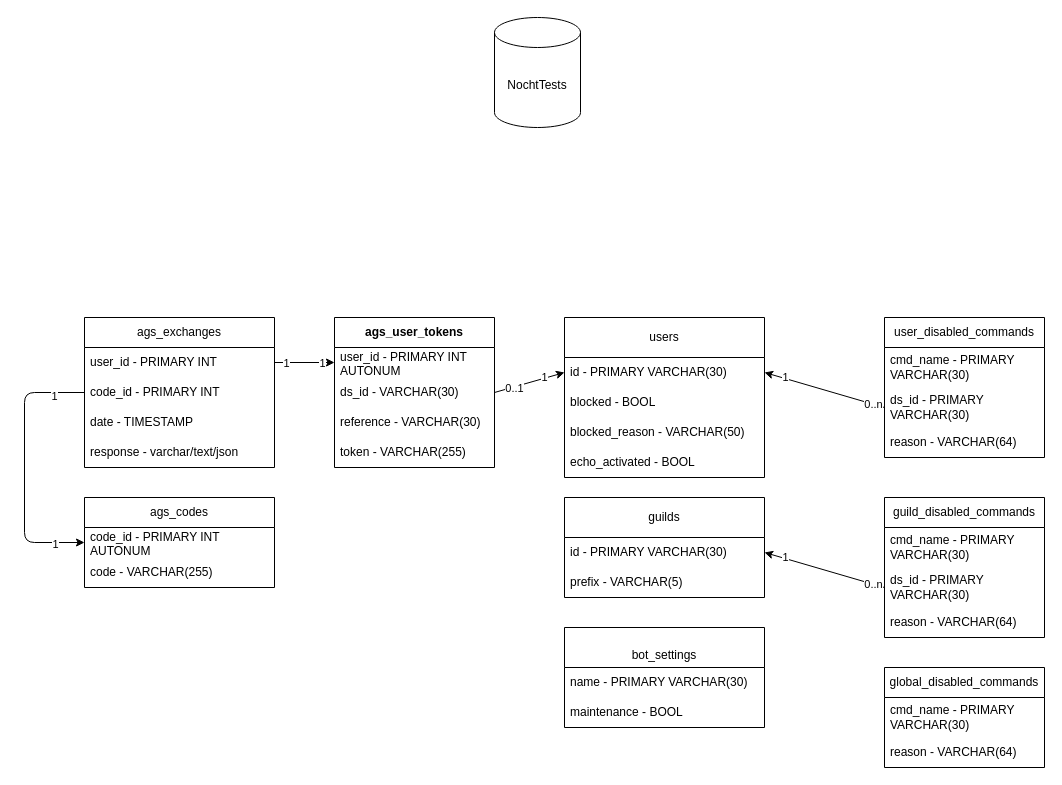
The draw.io diagram schemes/DB.drawio in TheNochtgamer/NochtTests, before the edit. Source tidied: cells renumbered, new cells numbered last; positions are measured from the earlier drawing's top-left corner, leaving out a move shared by most shapes. Both pictures are drawn from the tidied source at 100%, with x=0, y=0 at pixel (24, 17).
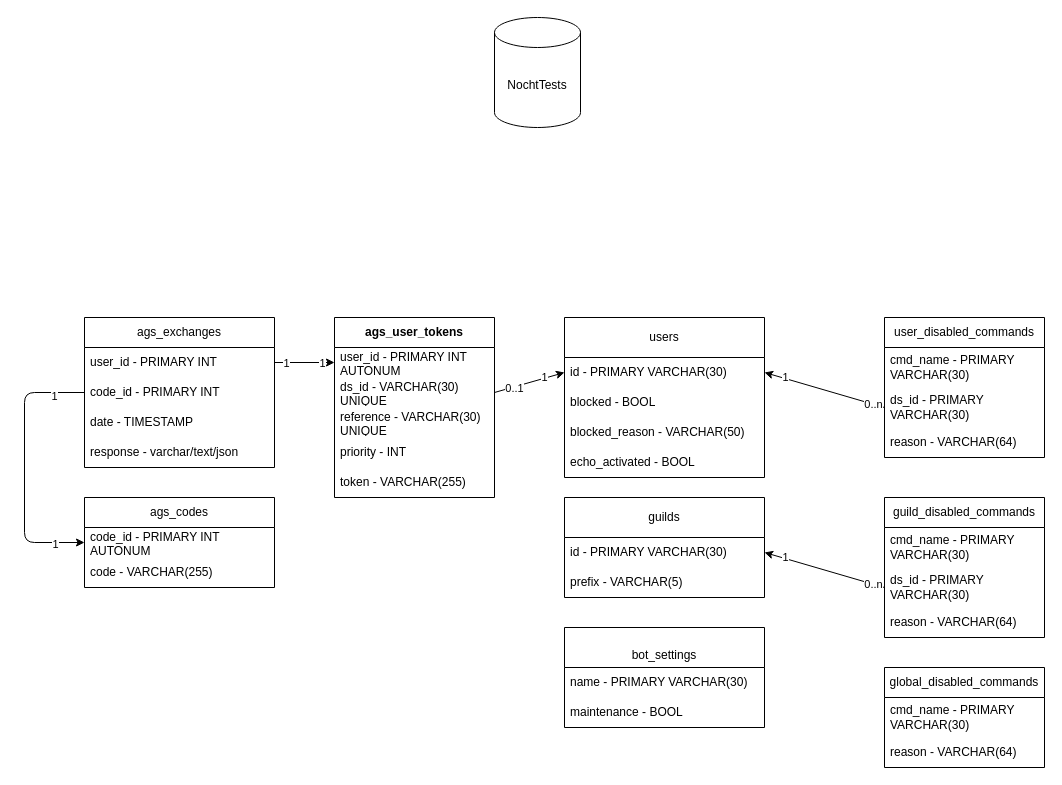
Above is the later version.

Diff of the diagram source:
```diff
@@
     <mxCell id="31" value="ags_user_tokens" style="swimlane;fontStyle=1;horizontal=1;startSize=30;whiteSpace=wrap;html=1;" parent="1" vertex="1">
-      <mxGeometry x="310" y="300" width="160" height="150" as="geometry" />
+      <mxGeometry x="310" y="300" width="160" height="180" as="geometry" />
     </mxCell>
@@
-    <mxCell id="33" value="ds_id - VARCHAR(30)" style="text;strokeColor=none;fillColor=none;align=left;verticalAlign=middle;spacingLeft=4;spacingRight=4;overflow=hidden;points=[[0,0.5],[1,0.5]];portConstraint=eastwest;whiteSpace=wrap;html=1;" parent="31" vertex="1">
+    <mxCell id="33" value="ds_id - VARCHAR(30) UNIQUE" style="text;strokeColor=none;fillColor=none;align=left;verticalAlign=middle;spacingLeft=4;spacingRight=4;overflow=hidden;points=[[0,0.5],[1,0.5]];portConstraint=eastwest;whiteSpace=wrap;html=1;" parent="31" vertex="1">
       <mxGeometry y="60" width="160" height="30" as="geometry" />
     </mxCell>
-    <mxCell id="34" value="reference - VARCHAR(30)" style="text;strokeColor=none;fillColor=none;align=left;verticalAlign=middle;spacingLeft=4;spacingRight=4;overflow=hidden;whiteSpace=wrap;html=1;" parent="31" vertex="1">
+    <mxCell id="34" value="reference - VARCHAR(30) UNIQUE" style="text;strokeColor=none;fillColor=none;align=left;verticalAlign=middle;spacingLeft=4;spacingRight=4;overflow=hidden;whiteSpace=wrap;html=1;" parent="31" vertex="1">
       <mxGeometry y="90" width="160" height="30" as="geometry" />
     </mxCell>
+    <mxCell id="53" value="priority - INT" style="text;strokeColor=none;fillColor=none;align=left;verticalAlign=middle;spacingLeft=4;spacingRight=4;overflow=hidden;whiteSpace=wrap;html=1;" parent="31" vertex="1">
+      <mxGeometry y="120" width="160" height="30" as="geometry" />
+    </mxCell>
     <mxCell id="35" value="token - VARCHAR(255)" style="text;strokeColor=none;fillColor=none;align=left;verticalAlign=middle;spacingLeft=4;spacingRight=4;overflow=hidden;whiteSpace=wrap;html=1;" parent="31" vertex="1">
-      <mxGeometry y="120" width="160" height="30" as="geometry" />
+      <mxGeometry y="150" width="160" height="30" as="geometry" />
     </mxCell>
```
